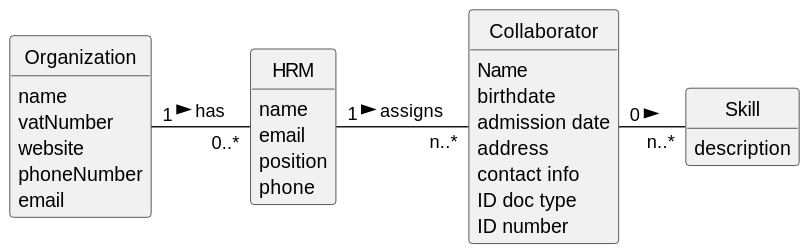
Before: docs/sprintA/us004/02.analysis/svg/us004-Domain-Model.svg, a diagram exported from PlantUML (yusufyilmaz00/Integral-Project-ISEP). The source it was exported from:
```plantuml
@startuml
skinparam monochrome true
skinparam packageStyle rectangle
skinparam shadowing false



skinparam classAttributeIconSize 0

hide circle
hide methods



class Organization {
    name
    vatNumber
    website
    phoneNumber
    email
}

class Collaborator {
Name
birthdate
admission date
address
contact info
 ID doc type
 ID number

}

class Skill {
description
}


class HRM {
    name
    email
    position
    phone
}




Organization "1" - "0..*" HRM : has >
HRM "1" - "n..*" Collaborator :assigns >
Collaborator "0"- "n..*" Skill : >
@enduml
```
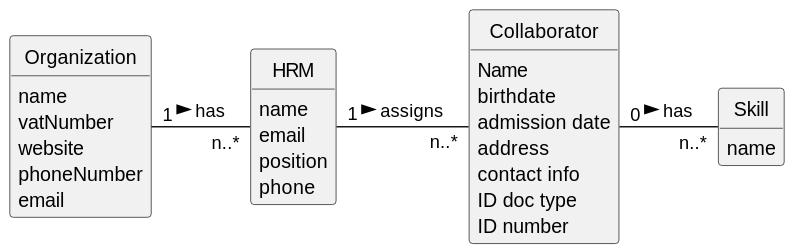
Later version of the same file.

The edit, as a diff of the source:
```diff
@@ -28,13 +28,14 @@
 contact info
  ID doc type
  ID number
+}
+
+
+class Skill{
+name
+
 
 }
-
-class Skill {
-description
-}
-
 
 class HRM {
     name
@@ -46,7 +47,8 @@
 
 
 
-Organization "1" - "0..*" HRM : has >
+Organization "1" - "n..*" HRM :has  >
+
 HRM "1" - "n..*" Collaborator :assigns >
-Collaborator "0"- "n..*" Skill : >
+Collaborator "0" - "n..*" Skill :has >
 @enduml
```
